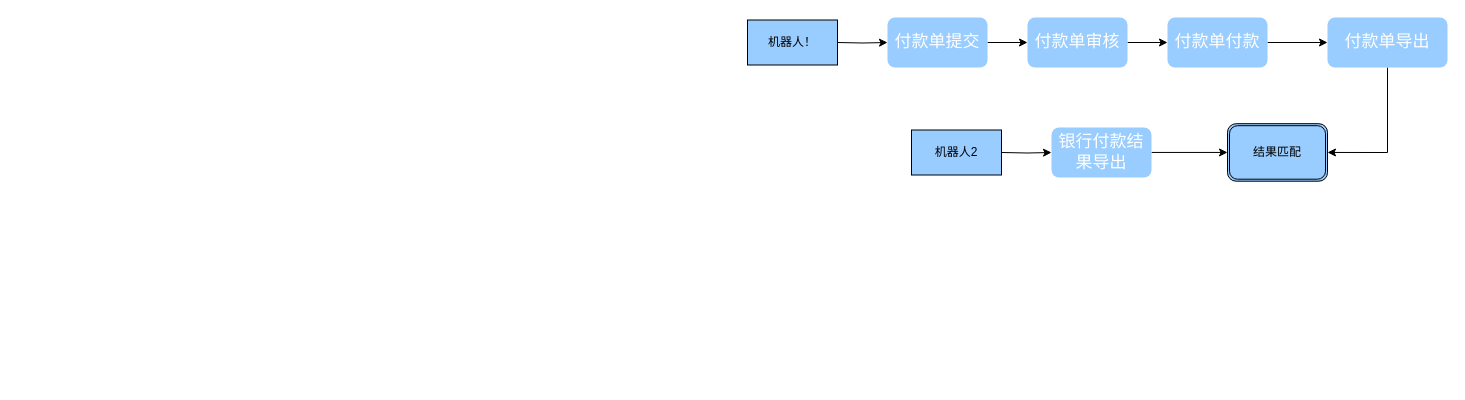
Alphathur/diagram keeps this draw.io diagram as works.drawio. Above is the earlier version. Source tidied: cells renumbered, new cells numbered last; positions are measured from the earlier drawing's top-left corner, leaving out a move shared by most shapes. Both pictures are drawn from the tidied source at 100%, with x=0, y=0 at pixel (747, 17).
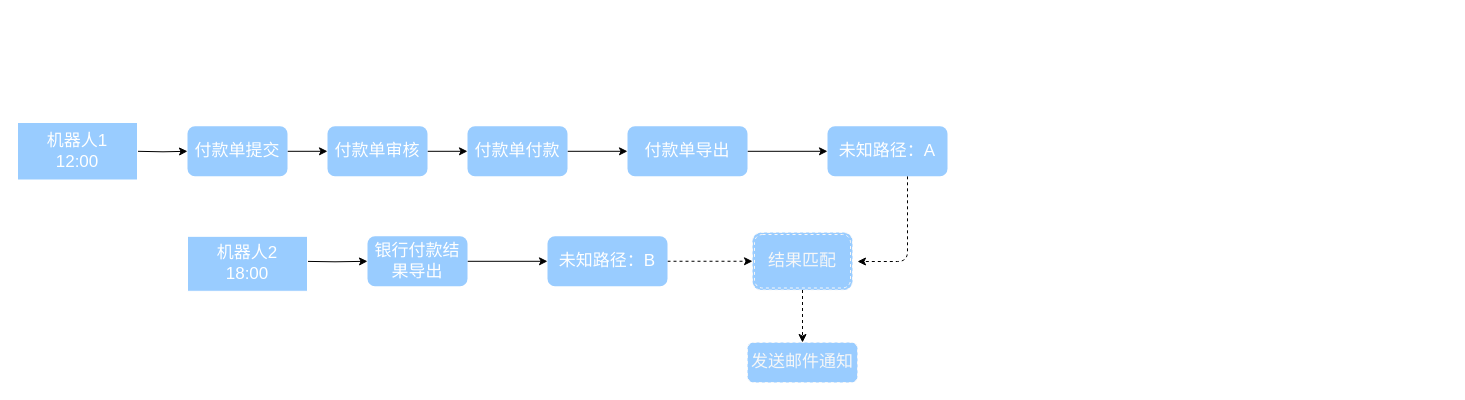
After the change.

What changed in the source:
```diff
@@
     <mxCell id="3" value="&lt;font style=&quot;font-size: 17px&quot; color=&quot;#ffffff&quot;&gt;付款单提交&lt;/font&gt;" style="rounded=1;whiteSpace=wrap;html=1;shadow=0;sketch=0;glass=0;fillColor=#99CCFF;strokeColor=none;" parent="1" vertex="1">
-      <mxGeometry x="140" width="100" height="50" as="geometry" />
+      <mxGeometry x="-560" y="108.8" width="100" height="50" as="geometry" />
     </mxCell>
     <mxCell id="4" style="edgeStyle=orthogonalEdgeStyle;rounded=0;jettySize=auto;html=1;exitX=1;exitY=0.5;exitDx=0;exitDy=0;entryX=0;entryY=0.5;entryDx=0;entryDy=0;" parent="1" edge="1" target="3">
       <mxGeometry relative="1" as="geometry">
-        <mxPoint x="90" y="25" as="sourcePoint" />
+        <mxPoint x="-610" y="133.8" as="sourcePoint" />
       </mxGeometry>
     </mxCell>
@@
     <mxCell id="6" value="&lt;font style=&quot;font-size: 17px&quot; color=&quot;#ffffff&quot;&gt;付款单审核&lt;/font&gt;" style="rounded=1;whiteSpace=wrap;html=1;shadow=0;sketch=0;glass=0;fillColor=#99CCFF;strokeColor=none;" parent="1" vertex="1">
-      <mxGeometry x="280" width="100" height="50" as="geometry" />
+      <mxGeometry x="-420" y="108.8" width="100" height="50" as="geometry" />
     </mxCell>
@@
     <mxCell id="8" value="&lt;font style=&quot;font-size: 17px&quot; color=&quot;#ffffff&quot;&gt;付款单付款&lt;/font&gt;" style="rounded=1;whiteSpace=wrap;html=1;shadow=0;sketch=0;glass=0;fillColor=#99CCFF;strokeColor=none;" parent="1" vertex="1">
-      <mxGeometry x="420" width="100" height="50" as="geometry" />
+      <mxGeometry x="-280" y="108.8" width="100" height="50" as="geometry" />
     </mxCell>
-    <mxCell id="9" style="edgeStyle=orthogonalEdgeStyle;rounded=0;jettySize=auto;html=1;entryX=0;entryY=0.5;entryDx=0;entryDy=0;" parent="1" edge="1" source="10" target="16">
-      <mxGeometry relative="1" as="geometry" />
-    </mxCell>
+    <mxCell id="17" style="edgeStyle=orthogonalEdgeStyle;rounded=0;jettySize=auto;html=1;" parent="1" edge="1" source="10" target="21">
+      <mxGeometry relative="1" as="geometry" />
+    </mxCell>
     <mxCell id="10" value="&lt;font style=&quot;font-size: 17px&quot; color=&quot;#ffffff&quot;&gt;银行付款结果导出&lt;/font&gt;" style="rounded=1;whiteSpace=wrap;html=1;shadow=0;sketch=0;glass=0;fillColor=#99CCFF;strokeColor=none;" parent="1" vertex="1">
-      <mxGeometry x="304" y="110" width="100" height="50" as="geometry" />
+      <mxGeometry x="-380" y="218.8" width="100" height="50" as="geometry" />
     </mxCell>
     <mxCell id="11" style="edgeStyle=orthogonalEdgeStyle;rounded=0;jettySize=auto;html=1;exitX=1;exitY=0.5;exitDx=0;exitDy=0;entryX=0;entryY=0.5;entryDx=0;entryDy=0;" parent="1" edge="1" target="10">
       <mxGeometry relative="1" as="geometry">
-        <mxPoint x="254" y="135" as="sourcePoint" />
+        <mxPoint x="-446" y="243.8" as="sourcePoint" />
       </mxGeometry>
     </mxCell>
-    <mxCell id="12" value="机器人！" style="rounded=0;whiteSpace=wrap;html=1;shadow=0;glass=0;sketch=0;fillColor=#99CCFF;" parent="1" vertex="1">
-      <mxGeometry y="2.5" width="90" height="45" as="geometry" />
+    <mxCell id="12" value="&lt;font color=&quot;#ffffff&quot; style=&quot;font-size: 17px&quot;&gt;机器人1&lt;br&gt;12:00&lt;/font&gt;" style="rounded=0;whiteSpace=wrap;html=1;shadow=0;glass=0;sketch=0;fillColor=#99CCFF;strokeColor=#FFFFFF;" parent="1" vertex="1">
+      <mxGeometry x="-730" y="105" width="120" height="57.5" as="geometry" />
     </mxCell>
-    <mxCell id="13" value="机器人2" style="rounded=0;whiteSpace=wrap;html=1;shadow=0;glass=0;sketch=0;fillColor=#99CCFF;" parent="1" vertex="1">
-      <mxGeometry x="164" y="112.5" width="90" height="45" as="geometry" />
+    <mxCell id="13" value="&lt;font color=&quot;#ffffff&quot; style=&quot;font-size: 17px&quot;&gt;机器人2&lt;br&gt;18:00&lt;/font&gt;" style="rounded=0;whiteSpace=wrap;html=1;shadow=0;glass=0;sketch=0;fillColor=#99CCFF;strokeColor=#FFFFFF;" parent="1" vertex="1">
+      <mxGeometry x="-560" y="218.8" width="120" height="55" as="geometry" />
     </mxCell>
-    <mxCell id="14" style="edgeStyle=orthogonalEdgeStyle;rounded=0;jettySize=auto;html=1;entryX=1;entryY=0.5;entryDx=0;entryDy=0;" parent="1" edge="1" source="15" target="16">
-      <mxGeometry relative="1" as="geometry" />
-    </mxCell>
+    <mxCell id="18" style="edgeStyle=orthogonalEdgeStyle;rounded=0;jettySize=auto;html=1;" parent="1" edge="1" source="15" target="23">
+      <mxGeometry relative="1" as="geometry" />
+    </mxCell>
     <mxCell id="15" value="&lt;font style=&quot;font-size: 17px&quot; color=&quot;#ffffff&quot;&gt;付款单导出&lt;/font&gt;" style="rounded=1;whiteSpace=wrap;html=1;shadow=0;sketch=0;glass=0;fillColor=#99CCFF;strokeColor=none;" parent="1" vertex="1">
-      <mxGeometry x="580" width="120" height="50" as="geometry" />
+      <mxGeometry x="-120" y="108.8" width="120" height="50" as="geometry" />
     </mxCell>
+    <mxCell id="19" style="edgeStyle=orthogonalEdgeStyle;rounded=1;jumpStyle=gap;jettySize=auto;html=1;dashed=1;strokeColor=#000000;entryX=0.5;entryY=0;entryDx=0;entryDy=0;" parent="1" edge="1" source="16" target="24">
+      <mxGeometry relative="1" as="geometry" />
+    </mxCell>
-    <mxCell id="16" value="结果匹配" style="shape=ext;double=1;rounded=1;whiteSpace=wrap;html=1;shadow=0;glass=0;sketch=0;fillColor=#99CCFF;" parent="1" vertex="1">
-      <mxGeometry x="480" y="106.2" width="100" height="57.5" as="geometry" />
+    <mxCell id="16" value="&lt;font style=&quot;font-size: 17px&quot; color=&quot;#f7f7f7&quot;&gt;结果匹配&lt;/font&gt;" style="shape=ext;double=1;rounded=1;whiteSpace=wrap;html=1;shadow=0;glass=0;sketch=0;fillColor=#99CCFF;strokeColor=#F7F7F7;dashed=1;" parent="1" vertex="1">
+      <mxGeometry x="5" y="215" width="100" height="57.5" as="geometry" />
     </mxCell>
+    <mxCell id="20" style="edgeStyle=orthogonalEdgeStyle;rounded=1;jumpStyle=gap;jettySize=auto;html=1;entryX=0;entryY=0.5;entryDx=0;entryDy=0;dashed=1;strokeColor=#000000;" parent="1" edge="1" source="21" target="16">
+      <mxGeometry relative="1" as="geometry" />
+    </mxCell>
+    <mxCell id="21" value="&lt;font style=&quot;font-size: 17px&quot; color=&quot;#ffffff&quot;&gt;未知路径：B&lt;/font&gt;" style="rounded=1;whiteSpace=wrap;html=1;shadow=0;sketch=0;glass=0;fillColor=#99CCFF;strokeColor=none;" parent="1" vertex="1">
+      <mxGeometry x="-200" y="218.8" width="120" height="50" as="geometry" />
+    </mxCell>
+    <mxCell id="22" style="edgeStyle=orthogonalEdgeStyle;jettySize=auto;html=1;jumpStyle=gap;rounded=1;dashed=1;" parent="1" edge="1" source="23">
+      <mxGeometry relative="1" as="geometry">
+        <mxPoint x="110" y="244" as="targetPoint" />
+        <Array as="points">
+          <mxPoint x="160" y="244" />
+        </Array>
+      </mxGeometry>
+    </mxCell>
+    <mxCell id="23" value="&lt;font color=&quot;#ffffff&quot;&gt;&lt;span style=&quot;font-size: 17px&quot;&gt;未知路径：A&lt;/span&gt;&lt;/font&gt;" style="rounded=1;whiteSpace=wrap;html=1;shadow=0;sketch=0;glass=0;fillColor=#99CCFF;strokeColor=none;" parent="1" vertex="1">
+      <mxGeometry x="80" y="108.8" width="120" height="50" as="geometry" />
+    </mxCell>
+    <mxCell id="24" value="&lt;font style=&quot;font-size: 17px&quot; color=&quot;#f7f7f7&quot;&gt;发送邮件通知&lt;/font&gt;" style="rounded=1;whiteSpace=wrap;html=1;shadow=0;glass=0;dashed=1;sketch=0;strokeColor=#F7F7F7;fillColor=#99CCFF;" parent="1" vertex="1">
+      <mxGeometry y="325" width="110" height="40" as="geometry" />
+    </mxCell>
```
